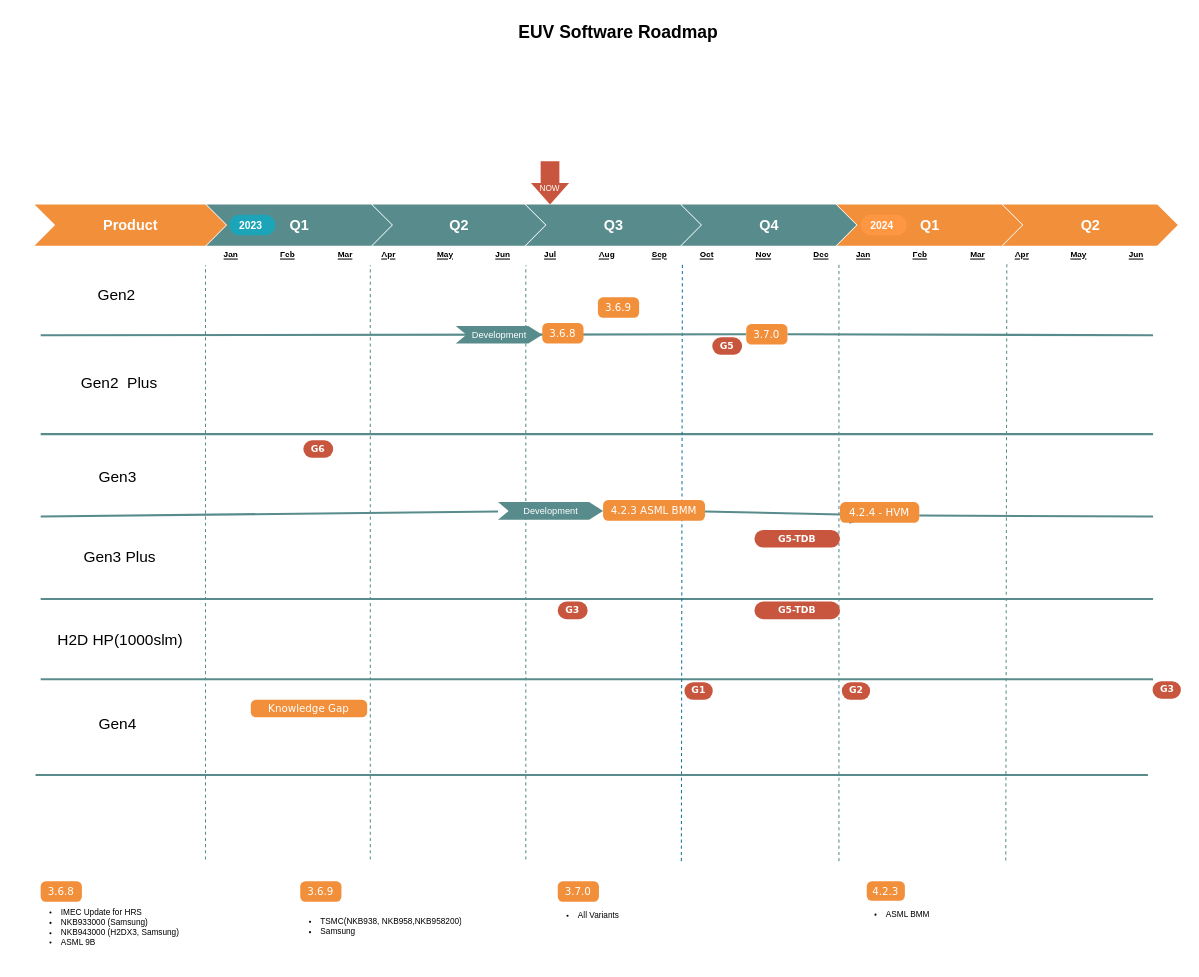
The draw.io diagram page "EUV" (1 of 8) of 0.Project Roadmap.drawio in EdwardsKorea/CommonDrawIO, before the edit. Source tidied: cells renumbered, new cells numbered last; positions are measured from the earlier drawing's top-left corner, leaving out a move shared by most shapes. Both pictures are drawn from the tidied source at 103%, with x=0, y=0 at pixel (18, 18).
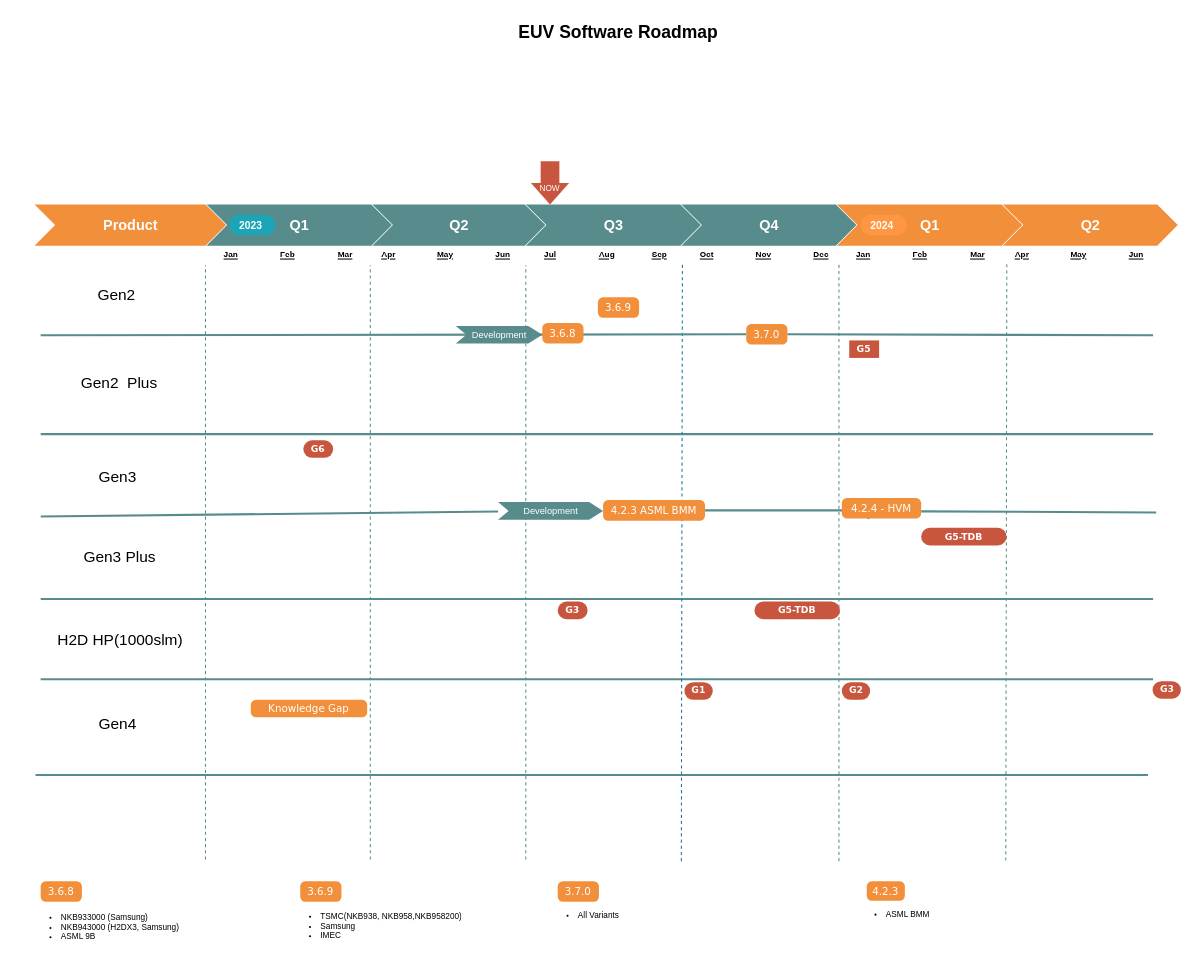
After the change.

Change to the diagram source:
```diff
@@
     <mxCell id="10" style="endArrow=none;html=1;strokeColor=#588b8b;strokeWidth=2;exitX=1;exitY=0.65;exitDx=0;exitDy=0;exitPerimeter=0;" parent="1" edge="1" source="73">
       <mxGeometry relative="1" as="geometry">
-        <mxPoint x="1102" y="484" as="targetPoint" />
+        <mxPoint x="1105" y="480" as="targetPoint" />
       </mxGeometry>
     </mxCell>
@@
-    <mxCell id="26" value="G5" style="rounded=1;whiteSpace=wrap;html=1;arcSize=50;strokeColor=none;strokeWidth=1;fillColor=#c8553d;fontColor=#FFFFFF;whiteSpace=wrap;align=center;verticalAlign=middle;spacingLeft=0;fontStyle=1;fontSize=9;spacing=10;fontFamily=Verdana;" parent="1" vertex="1">
-      <mxGeometry x="674" y="310" width="29" height="17" as="geometry" />
+    <mxCell id="26" value="G5" style="rounded=1;whiteSpace=wrap;html=1;arcSize=0;strokeColor=none;strokeWidth=1;fillColor=#c8553d;fontColor=#FFFFFF;whiteSpace=wrap;align=center;verticalAlign=middle;spacingLeft=0;fontStyle=1;fontSize=9;spacing=10;fontFamily=Verdana;" parent="1" vertex="1">
+      <mxGeometry x="807" y="313" width="29" height="17" as="geometry" />
     </mxCell>
@@
-    <mxCell id="56" value="&lt;ul&gt;&lt;li&gt;TSMC(NKB938, NKB958,NKB958200)&lt;/li&gt;&lt;li&gt;Samsung&lt;/li&gt;&lt;/ul&gt;" style="text;strokeColor=none;fillColor=none;html=1;whiteSpace=wrap;verticalAlign=middle;overflow=hidden;fontSize=8;fontFamily=Helvetica;fontColor=#000000;labelPosition=center;verticalLabelPosition=middle;align=left;" parent="1" vertex="1">
+    <mxCell id="56" value="&lt;ul&gt;&lt;li&gt;TSMC(NKB938, NKB958,NKB958200)&lt;/li&gt;&lt;li&gt;Samsung&lt;/li&gt;&lt;li&gt;IMEC&lt;/li&gt;&lt;/ul&gt;" style="text;strokeColor=none;fillColor=none;html=1;whiteSpace=wrap;verticalAlign=middle;overflow=hidden;fontSize=8;fontFamily=Helvetica;fontColor=#000000;labelPosition=center;verticalLabelPosition=middle;align=left;" parent="1" vertex="1">
       <mxGeometry x="252" y="851" width="211" height="62" as="geometry" />
     </mxCell>
     <mxCell id="57" value="G5-TDB" style="rounded=1;whiteSpace=wrap;html=1;arcSize=50;strokeColor=none;strokeWidth=1;fillColor=#c8553d;fontColor=#FFFFFF;whiteSpace=wrap;align=center;verticalAlign=middle;spacingLeft=0;fontStyle=1;fontSize=9;spacing=10;fontFamily=Verdana;" parent="1" vertex="1">
-      <mxGeometry x="715" y="497" width="83" height="17" as="geometry" />
+      <mxGeometry x="876.8" y="495" width="83" height="17" as="geometry" />
     </mxCell>
@@
     <mxCell id="73" value="4.2.4 - HVM" style="html=1;shadow=0;dashed=0;shape=mxgraph.bootstrap.rrect;rSize=5;strokeColor=none;strokeWidth=1;fillColor=#F28f3b;fontColor=#FFFFFF;whiteSpace=wrap;align=center;verticalAlign=middle;spacingLeft=0;fontStyle=0;fontSize=10;spacing=5;fontFamily=Verdana;labelBackgroundColor=none;" parent="1" vertex="1">
-      <mxGeometry x="798" y="470" width="77" height="20" as="geometry" />
+      <mxGeometry x="799.8" y="466" width="77" height="20" as="geometry" />
     </mxCell>
-    <mxCell id="74" value="&lt;ul&gt;&lt;li&gt;IMEC Update for HRS&lt;/li&gt;&lt;li&gt;NKB933000 (Samsung)&lt;/li&gt;&lt;li&gt;NKB943000 (H2DX3, Samsung)&lt;/li&gt;&lt;li&gt;ASML 9B&lt;/li&gt;&lt;/ul&gt;" style="text;strokeColor=none;fillColor=none;html=1;whiteSpace=wrap;verticalAlign=middle;overflow=hidden;fontSize=8;fontFamily=Helvetica;fontColor=#000000;labelPosition=center;verticalLabelPosition=middle;align=left;" parent="1" vertex="1">
+    <mxCell id="74" value="&lt;ul&gt;&lt;li&gt;NKB933000 (Samsung)&lt;/li&gt;&lt;li&gt;NKB943000 (H2DX3, Samsung)&lt;/li&gt;&lt;li&gt;ASML 9B&lt;/li&gt;&lt;/ul&gt;" style="text;strokeColor=none;fillColor=none;html=1;whiteSpace=wrap;verticalAlign=middle;overflow=hidden;fontSize=8;fontFamily=Helvetica;fontColor=#000000;labelPosition=center;verticalLabelPosition=middle;align=left;" parent="1" vertex="1">
       <mxGeometry x="-0.1" y="850" width="211" height="65" as="geometry" />
     </mxCell>
```
